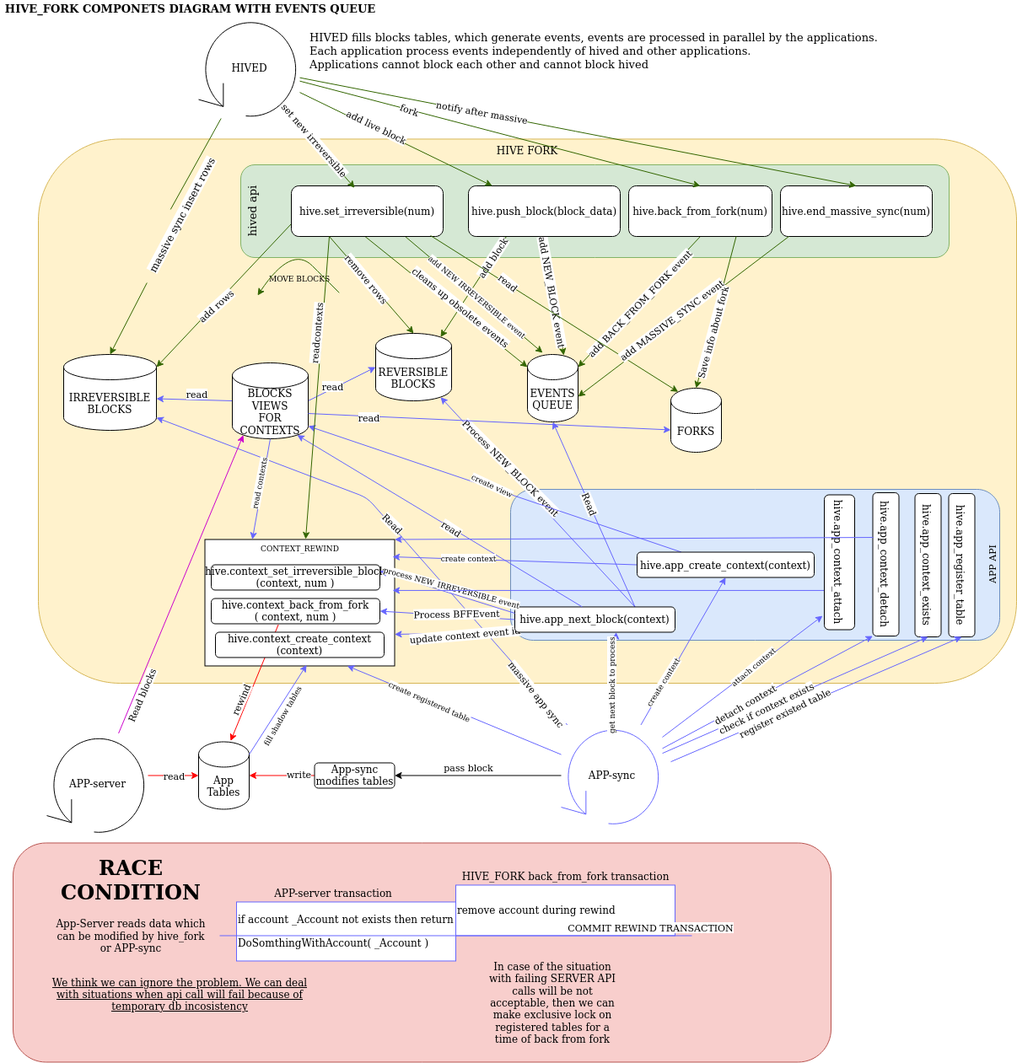
Above: src/hive_fork_manager/doc/evq_c3.png in openhive-network/HAfAH (draw.io), before the change. Source tidied: cells renumbered, new cells last; positions are measured from the earlier drawing's top-left corner, leaving out a move shared by most shapes.
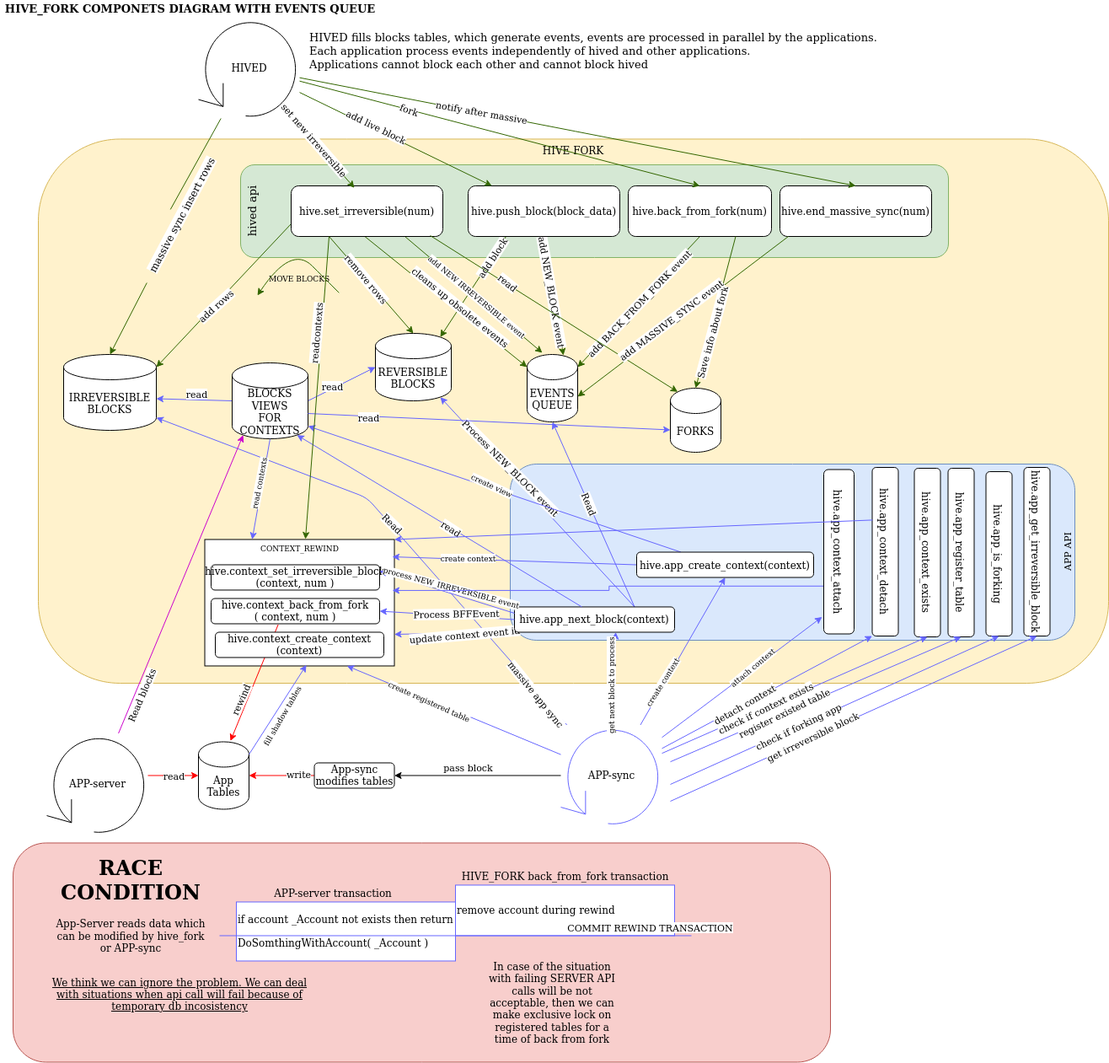
The same diagram one commit later.

Commit message:
add appllication api fucntion: hive.app_get_irreversible_block

Change to the diagram source:
```diff
@@ -3,10 +3,10 @@
     <mxCell id="0" />
     <mxCell id="1" parent="0" />
     <mxCell id="2" value="HIVE FORK" style="rounded=1;whiteSpace=wrap;html=1;strokeColor=#d6b656;align=center;verticalAlign=top;fillColor=#fff2cc;" parent="1" vertex="1">
-      <mxGeometry x="45" y="164.5" width="1160" height="645.5" as="geometry" />
+      <mxGeometry x="45" y="164.5" width="1270" height="645.5" as="geometry" />
     </mxCell>
     <mxCell id="3" value="&lt;div&gt;APP API&lt;br&gt;&lt;/div&gt;" style="rounded=1;whiteSpace=wrap;html=1;labelBackgroundColor=none;fontSize=11;align=center;horizontal=0;verticalAlign=bottom;fillColor=#dae8fc;strokeColor=#6c8ebf;" parent="1" vertex="1">
-      <mxGeometry x="605" y="580" width="580" height="179" as="geometry" />
+      <mxGeometry x="605" y="550" width="670" height="209" as="geometry" />
     </mxCell>
     <mxCell id="4" value="&lt;div&gt;hived api&lt;br&gt;&lt;/div&gt;" style="rounded=1;whiteSpace=wrap;html=1;labelBackgroundColor=none;fontSize=13;align=center;horizontal=0;verticalAlign=top;fillColor=#d5e8d4;strokeColor=#82b366;" parent="1" vertex="1">
       <mxGeometry x="285" y="195" width="840" height="110" as="geometry" />
@@ -429,10 +429,10 @@
       <mxGeometry relative="1" as="geometry" />
     </mxCell>
     <mxCell id="116" value="hive.app_context_attach" style="rounded=1;whiteSpace=wrap;html=1;labelBackgroundColor=none;rotation=90;" parent="1" vertex="1">
-      <mxGeometry x="915" y="648.5" width="160" height="36" as="geometry" />
+      <mxGeometry x="897.5" y="636" width="195" height="36" as="geometry" />
     </mxCell>
     <mxCell id="117" value="hive.app_context_detach" style="rounded=1;whiteSpace=wrap;html=1;labelBackgroundColor=none;rotation=90;" parent="1" vertex="1">
-      <mxGeometry x="965" y="653.5" width="170" height="31" as="geometry" />
+      <mxGeometry x="950" y="638.5" width="200" height="31" as="geometry" />
     </mxCell>
     <mxCell id="118" style="endArrow=classic;html=1;entryX=1;entryY=1;entryDx=0;entryDy=0;strokeColor=#6666FF;" parent="1" edge="1" source="7" target="117">
       <mxGeometry relative="1" as="geometry" />
@@ -464,7 +464,7 @@
       </mxGeometry>
     </mxCell>
     <mxCell id="126" value="hive.app_context_exists" style="rounded=1;whiteSpace=wrap;html=1;labelBackgroundColor=none;rotation=90;" parent="1" vertex="1">
-      <mxGeometry x="1015" y="654.5" width="170" height="31" as="geometry" />
+      <mxGeometry x="1000" y="639.5" width="200" height="31" as="geometry" />
     </mxCell>
     <mxCell id="127" style="endArrow=classic;html=1;entryX=1;entryY=0.5;entryDx=0;entryDy=0;strokeColor=#6666FF;" parent="1" edge="1" source="7" target="126">
       <mxGeometry relative="1" as="geometry" />
@@ -473,7 +473,7 @@
       <mxGeometry x="-0.22" relative="1" as="geometry" />
     </mxCell>
     <mxCell id="129" value="hive.app_register_table" style="rounded=1;whiteSpace=wrap;html=1;labelBackgroundColor=none;rotation=90;" parent="1" vertex="1">
-      <mxGeometry x="1055" y="654.5" width="170" height="31" as="geometry" />
+      <mxGeometry x="1040" y="639.5" width="200" height="31" as="geometry" />
     </mxCell>
     <mxCell id="130" style="endArrow=classic;html=1;entryX=1;entryY=0.5;entryDx=0;entryDy=0;strokeColor=#6666FF;" parent="1" edge="1" target="129">
       <mxGeometry relative="1" as="geometry">
@@ -483,5 +483,27 @@
     <mxCell id="131" value="register existed table" style="edgeLabel;html=1;align=center;verticalAlign=middle;fontColor=#000000;rotation=334;" parent="130" vertex="1">
       <mxGeometry x="-0.22" relative="1" as="geometry" />
     </mxCell>
+    <mxCell id="132" value="hive.app_is_forking" style="rounded=1;whiteSpace=wrap;html=1;labelBackgroundColor=none;rotation=90;" parent="1" vertex="1">
+      <mxGeometry x="1087.5" y="641" width="195" height="31" as="geometry" />
+    </mxCell>
+    <mxCell id="133" style="endArrow=classic;html=1;entryX=1;entryY=0.5;entryDx=0;entryDy=0;strokeColor=#6666FF;" parent="1" edge="1" target="132">
+      <mxGeometry relative="1" as="geometry">
+        <mxPoint x="795" y="930" as="sourcePoint" />
+      </mxGeometry>
+    </mxCell>
+    <mxCell id="134" value="check if forking app" style="edgeLabel;html=1;align=center;verticalAlign=middle;fontColor=#000000;rotation=334;" parent="133" vertex="1">
+      <mxGeometry x="-0.22" relative="1" as="geometry" />
+    </mxCell>
+    <mxCell id="135" value="&lt;div&gt;hive.app_get_irreversible_block&lt;/div&gt;" style="rounded=1;whiteSpace=wrap;html=1;labelBackgroundColor=none;rotation=90;" parent="1" vertex="1">
+      <mxGeometry x="1130" y="638.5" width="200" height="31" as="geometry" />
+    </mxCell>
+    <mxCell id="136" style="endArrow=classic;html=1;entryX=1;entryY=0.5;entryDx=0;entryDy=0;strokeColor=#6666FF;" parent="1" edge="1" target="135">
+      <mxGeometry relative="1" as="geometry">
+        <mxPoint x="795" y="950" as="sourcePoint" />
+      </mxGeometry>
+    </mxCell>
+    <mxCell id="137" value="get irreversible block" style="edgeLabel;html=1;align=center;verticalAlign=middle;fontColor=#000000;rotation=334;" parent="136" vertex="1">
+      <mxGeometry x="-0.22" relative="1" as="geometry" />
+    </mxCell>
   </root>
 </mxGraphModel>
```
